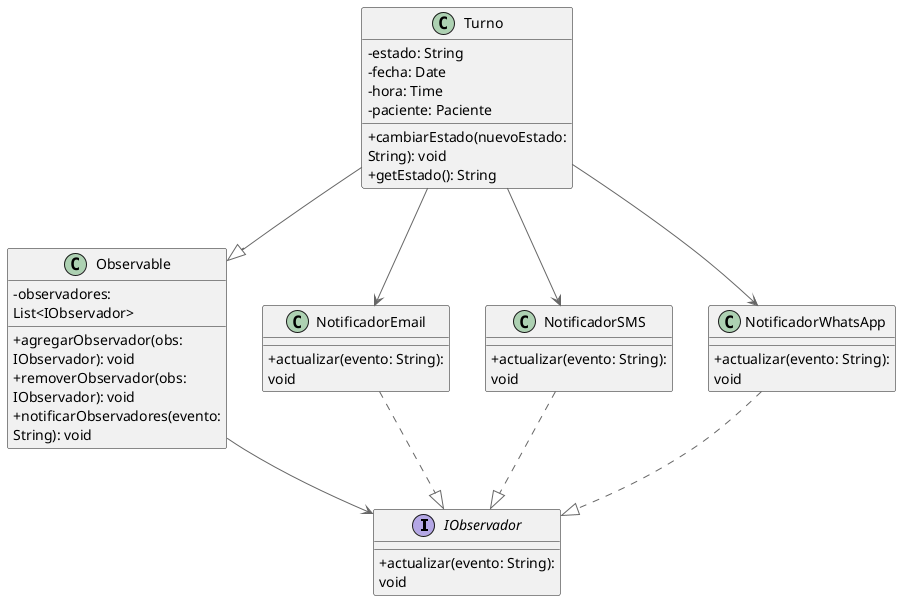
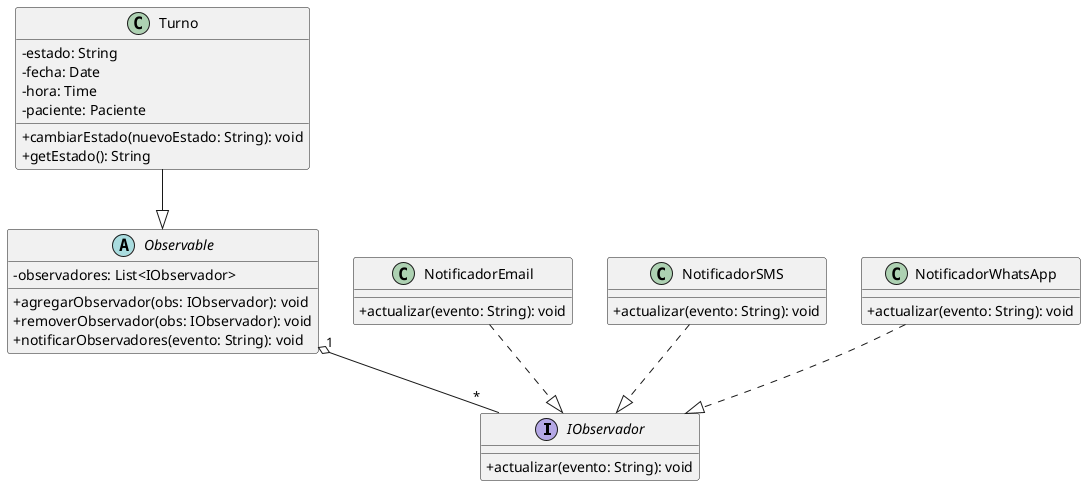
@startuml
- !include <C4/C4_Container>
skinparam classAttributeIconSize 0

' ============================================
' INTERFAZ OBSERVADOR
' ============================================
interface IObservador {
  + actualizar(evento: String): void
}

' ============================================
' CLASE OBSERVABLE (SUJETO)
' ============================================
- class Observable {
+ abstract class Observable  {
  - observadores: List<IObservador>
  + agregarObservador(obs: IObservador): void
  + removerObservador(obs: IObservador): void
  + notificarObservadores(evento: String): void
}

' ============================================
' CLASE TURNO (SUJETO CONCRETO)
' ============================================
class Turno {
  - estado: String
  - fecha: Date
  - hora: Time
  - paciente: Paciente
  + cambiarEstado(nuevoEstado: String): void
  + getEstado(): String
}

' ============================================
' OBSERVADORES CONCRETOS
' ============================================
class NotificadorEmail {
  + actualizar(evento: String): void
}

class NotificadorSMS {
  + actualizar(evento: String): void
}

class NotificadorWhatsApp {
  + actualizar(evento: String): void
}

' ============================================
' RELACIONES
' ============================================
- Observable --> IObservador
+ 
+ Observable "1" o-- "*" IObservador
Turno --|> Observable
NotificadorEmail ..|> IObservador
NotificadorSMS ..|> IObservador
NotificadorWhatsApp ..|> IObservador
- Turno --> NotificadorEmail
- Turno --> NotificadorSMS
- Turno --> NotificadorWhatsApp

@enduml